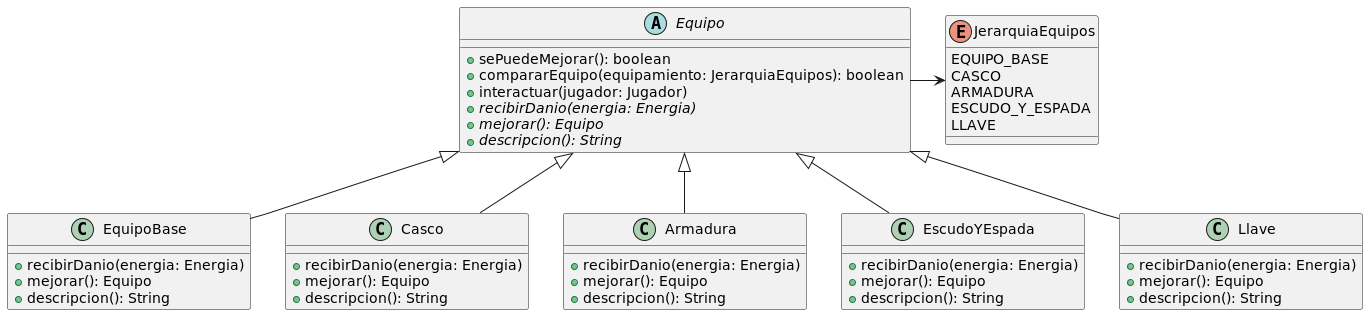
The PlantUML diagram diagrams/classes/DiagramasAlgoRoma/Equipo.png in CrissRMFI/TP2-AlgoIII, before a commit.
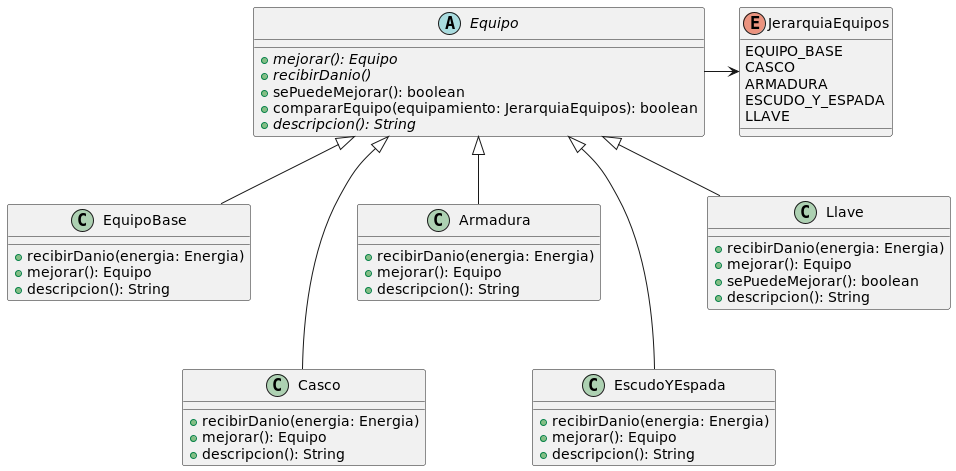
The same diagram one commit later.

What changed in the source:
```diff
@@ -1,11 +1,10 @@
 @startuml Equipo
 
 abstract class Equipo{
+    +{abstract}mejorar(): Equipo
+    +{abstract}recibirDanio()
     +sePuedeMejorar(): boolean
     +compararEquipo(equipamiento: JerarquiaEquipos): boolean
-    +interactuar(jugador: Jugador)
-    +{abstract}recibirDanio(energia: Energia)
-    +{abstract}mejorar(): Equipo
     +{abstract} descripcion(): String
 }
 
@@ -46,6 +45,7 @@
 class Llave{
     +recibirDanio(energia: Energia)
     +mejorar(): Equipo
+    +sePuedeMejorar(): boolean
     +descripcion(): String
 }
 
@@ -54,9 +54,9 @@
 
 
 Equipo <|-- EquipoBase
-Equipo <|-- Casco
+Equipo <|--- Casco
 Equipo <|-- Armadura
-Equipo <|-- EscudoYEspada
+Equipo <|--- EscudoYEspada
 Equipo <|-- Llave
 
 
```
